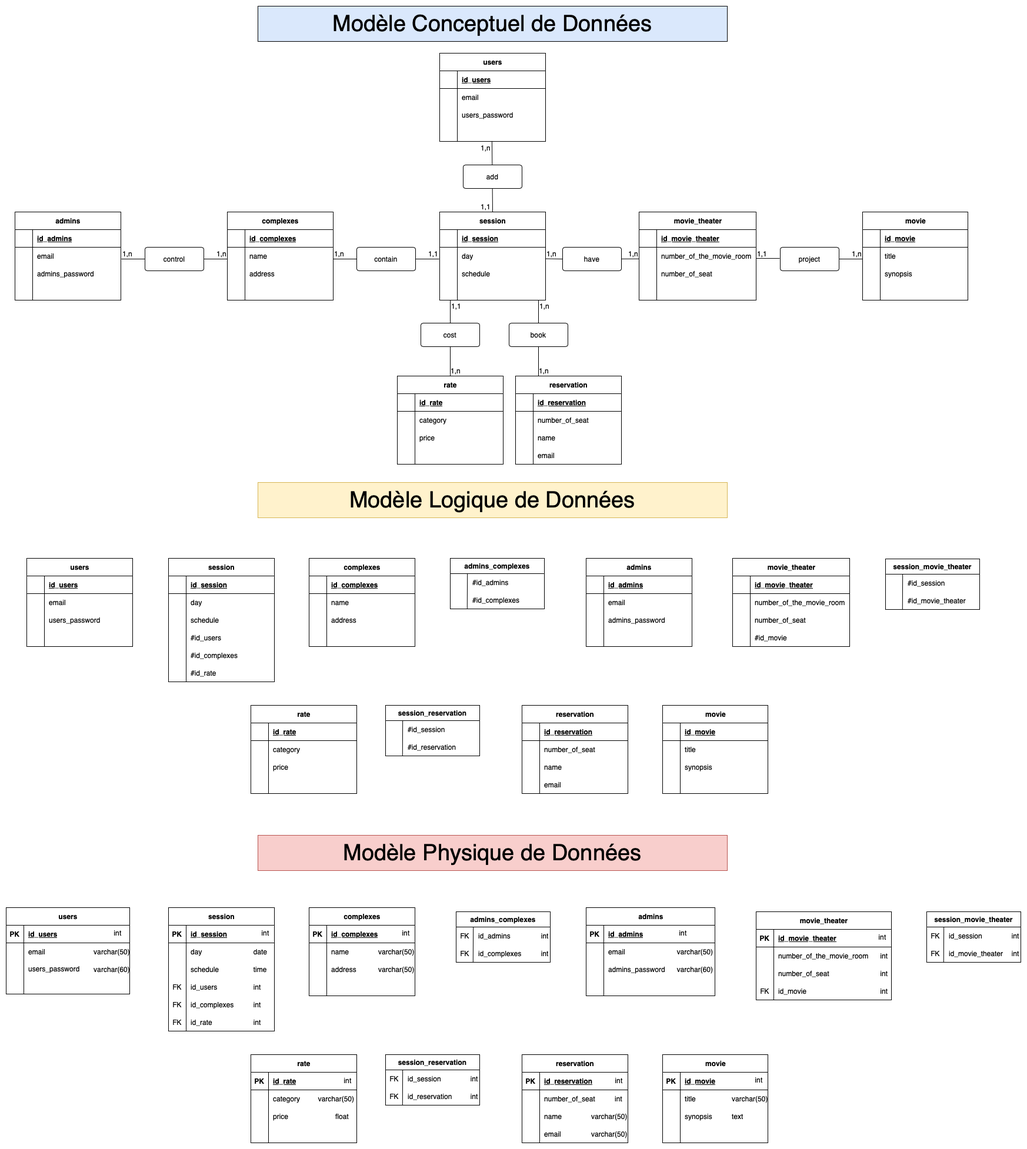
Earlier version of the draw.io export Merise-Theater.png (coraline9d/Theater). Source tidied: cells renumbered, new cells last; positions are measured from the earlier drawing's top-left corner, leaving out a move shared by most shapes.
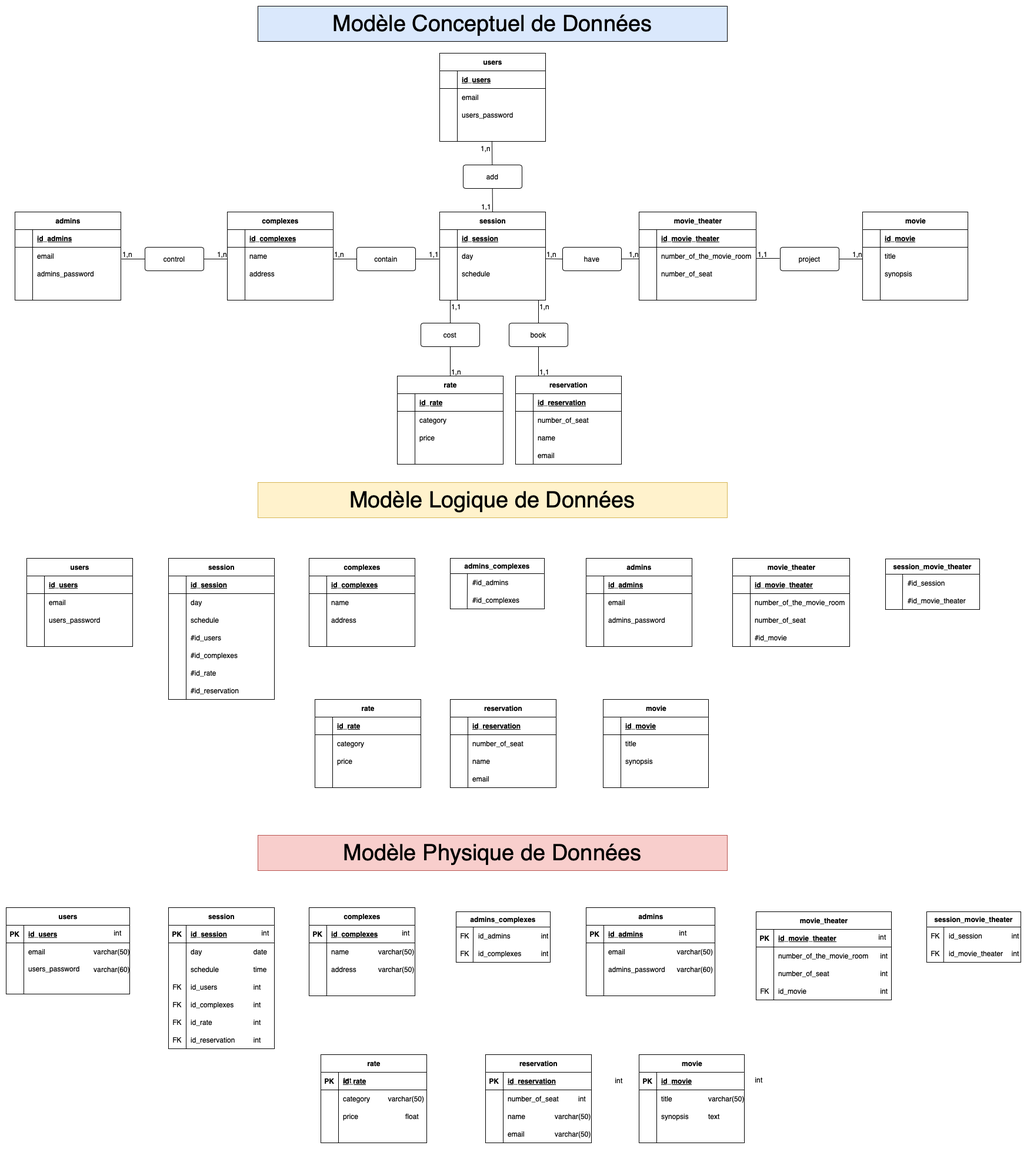
After the change.

What changed in the source:
```diff
@@ -362,7 +362,7 @@
         <mxPoint y="19" as="offset" />
       </mxGeometry>
     </mxCell>
-    <mxCell id="114" value="1,n" style="html=1;whiteSpace=wrap;align=right;verticalAlign=bottom;" parent="112" vertex="1">
+    <mxCell id="114" value="1,1" style="html=1;whiteSpace=wrap;align=right;verticalAlign=bottom;" parent="112" vertex="1">
       <mxGeometry x="1" relative="1" as="geometry">
         <mxPoint x="19" as="offset" />
       </mxGeometry>
@@ -487,7 +487,7 @@
       <mxGeometry x="30" width="150" height="30" as="geometry" />
     </mxCell>
     <mxCell id="152" value="session" style="shape=table;startSize=30;rowLines=0;fontStyle=1;align=center;html=1;" parent="1" vertex="1">
-      <mxGeometry x="276" y="939" width="180" height="210" as="geometry" />
+      <mxGeometry x="276" y="939" width="180" height="240" as="geometry" />
     </mxCell>
     <mxCell id="153" style="shape=tableRow;horizontal=0;startSize=0;swimlaneHead=0;swimlaneBody=0;fillColor=none;top=0;left=0;right=0;bottom=1;" parent="152" vertex="1">
       <mxGeometry y="30" width="180" height="30" as="geometry" />
@@ -543,6 +543,15 @@
     <mxCell id="170" value="#id_rate" style="shape=partialRectangle;fillColor=none;top=0;left=0;bottom=0;right=0;align=left;spacingLeft=6;overflow=hidden;whiteSpace=wrap;html=1;" parent="168" vertex="1">
       <mxGeometry x="30" width="150" height="30" as="geometry" />
     </mxCell>
+    <mxCell id="431" style="shape=tableRow;horizontal=0;startSize=0;swimlaneHead=0;swimlaneBody=0;fillColor=none;top=0;left=0;right=0;bottom=0;" parent="152" vertex="1">
+      <mxGeometry y="210" width="180" height="30" as="geometry" />
+    </mxCell>
+    <mxCell id="432" style="shape=partialRectangle;fillColor=none;top=0;left=0;bottom=0;right=0;overflow=hidden;whiteSpace=wrap;html=1;" parent="431" vertex="1">
+      <mxGeometry width="30" height="30" as="geometry" />
+    </mxCell>
+    <mxCell id="389" value="#id_reservation" style="shape=partialRectangle;fillColor=none;top=0;left=0;bottom=0;right=0;align=left;spacingLeft=6;overflow=hidden;whiteSpace=wrap;html=1;" parent="431" vertex="1">
+      <mxGeometry x="30" width="150" height="30" as="geometry" />
+    </mxCell>
     <mxCell id="171" value="complexes" style="shape=table;startSize=30;rowLines=0;fontStyle=1;align=center;html=1;" parent="1" vertex="1">
       <mxGeometry x="515" y="939" width="180" height="150" as="geometry" />
     </mxCell>
@@ -664,7 +673,7 @@
       <mxGeometry x="30" width="169" height="30" as="geometry" />
     </mxCell>
     <mxCell id="211" value="movie" style="shape=table;startSize=30;rowLines=0;fontStyle=1;align=center;html=1;" parent="1" vertex="1">
-      <mxGeometry x="1116" y="1189" width="179" height="150" as="geometry" />
+      <mxGeometry x="1015" y="1179" width="179" height="150" as="geometry" />
     </mxCell>
     <mxCell id="212" style="shape=tableRow;horizontal=0;startSize=0;swimlaneHead=0;swimlaneBody=0;fillColor=none;top=0;left=0;right=0;bottom=1;" parent="211" vertex="1">
       <mxGeometry y="30" width="179" height="30" as="geometry" />
@@ -703,7 +712,7 @@
       <mxGeometry x="30" width="149" height="30" as="geometry" />
     </mxCell>
     <mxCell id="224" value="reservation" style="shape=table;startSize=30;rowLines=0;fontStyle=1;align=center;html=1;" parent="1" vertex="1">
-      <mxGeometry x="877" y="1189" width="180" height="150" as="geometry" />
+      <mxGeometry x="755" y="1179" width="180" height="150" as="geometry" />
     </mxCell>
     <mxCell id="225" style="shape=tableRow;horizontal=0;startSize=0;swimlaneHead=0;swimlaneBody=0;fillColor=none;top=0;left=0;right=0;bottom=1;" parent="224" vertex="1">
       <mxGeometry y="30" width="180" height="30" as="geometry" />
@@ -742,7 +751,7 @@
       <mxGeometry x="30" width="150" height="30" as="geometry" />
     </mxCell>
     <mxCell id="237" value="rate" style="shape=table;startSize=30;rowLines=0;fontStyle=1;align=center;html=1;" parent="1" vertex="1">
-      <mxGeometry x="416" y="1189" width="180" height="150" as="geometry" />
+      <mxGeometry x="525" y="1179" width="180" height="150" as="geometry" />
     </mxCell>
     <mxCell id="238" style="shape=tableRow;horizontal=0;startSize=0;swimlaneHead=0;swimlaneBody=0;fillColor=none;top=0;left=0;right=0;bottom=1;" parent="237" vertex="1">
       <mxGeometry y="30" width="180" height="30" as="geometry" />
@@ -823,7 +832,7 @@
       <mxGeometry x="30" width="180" height="30" as="geometry" />
     </mxCell>
     <mxCell id="264" value="session" style="shape=table;startSize=30;rowLines=0;fontStyle=1;align=center;html=1;" parent="1" vertex="1">
-      <mxGeometry x="276" y="1533" width="180" height="210" as="geometry" />
+      <mxGeometry x="276" y="1533" width="180" height="240" as="geometry" />
     </mxCell>
     <mxCell id="265" style="shape=tableRow;horizontal=0;startSize=0;swimlaneHead=0;swimlaneBody=0;fillColor=none;top=0;left=0;right=0;bottom=1;" parent="264" vertex="1">
       <mxGeometry y="30" width="180" height="30" as="geometry" />
@@ -879,6 +888,15 @@
     <mxCell id="282" value="id_rate&lt;span style=&quot;white-space: pre;&quot;&gt;&#9;&lt;span style=&quot;white-space: pre;&quot;&gt;&#9;&lt;span style=&quot;white-space: pre;&quot;&gt;&#9;int&lt;/span&gt;&lt;/span&gt;&lt;/span&gt;" style="shape=partialRectangle;fillColor=none;top=0;left=0;bottom=0;right=0;align=left;spacingLeft=6;overflow=hidden;whiteSpace=wrap;html=1;" parent="280" vertex="1">
       <mxGeometry x="30" width="150" height="30" as="geometry" />
     </mxCell>
+    <mxCell id="433" style="shape=tableRow;horizontal=0;startSize=0;swimlaneHead=0;swimlaneBody=0;fillColor=none;top=0;left=0;right=0;bottom=0;" parent="264" vertex="1">
+      <mxGeometry y="210" width="180" height="30" as="geometry" />
+    </mxCell>
+    <mxCell id="434" value="FK" style="shape=partialRectangle;fillColor=none;top=0;left=0;bottom=0;right=0;overflow=hidden;whiteSpace=wrap;html=1;" parent="433" vertex="1">
+      <mxGeometry width="30" height="30" as="geometry" />
+    </mxCell>
+    <mxCell id="419" value="id_reservation&lt;span style=&quot;white-space: pre;&quot;&gt;&lt;span style=&quot;white-space: pre;&quot;&gt;&#9;&lt;span style=&quot;white-space: pre;&quot;&gt;&#9;int&lt;/span&gt;&lt;/span&gt;&lt;/span&gt;" style="shape=partialRectangle;fillColor=none;top=0;left=0;bottom=0;right=0;align=left;spacingLeft=6;overflow=hidden;whiteSpace=wrap;html=1;" parent="433" vertex="1">
+      <mxGeometry x="30" width="150" height="30" as="geometry" />
+    </mxCell>
     <mxCell id="283" value="complexes" style="shape=table;startSize=30;rowLines=0;fontStyle=1;align=center;html=1;" parent="1" vertex="1">
       <mxGeometry x="515" y="1533" width="180" height="150" as="geometry" />
     </mxCell>
@@ -997,7 +1015,7 @@
       <mxGeometry x="30" width="200" height="30" as="geometry" />
     </mxCell>
     <mxCell id="322" value="movie" style="shape=table;startSize=30;rowLines=0;fontStyle=1;align=center;html=1;" parent="1" vertex="1">
-      <mxGeometry x="1116" y="1783" width="179" height="150" as="geometry" />
+      <mxGeometry x="1076" y="1783" width="179" height="150" as="geometry" />
     </mxCell>
     <mxCell id="323" style="shape=tableRow;horizontal=0;startSize=0;swimlaneHead=0;swimlaneBody=0;fillColor=none;top=0;left=0;right=0;bottom=1;" parent="322" vertex="1">
       <mxGeometry y="30" width="179" height="30" as="geometry" />
@@ -1036,7 +1054,7 @@
       <mxGeometry x="30" width="149" height="30" as="geometry" />
     </mxCell>
     <mxCell id="335" value="reservation" style="shape=table;startSize=30;rowLines=0;fontStyle=1;align=center;html=1;" parent="1" vertex="1">
-      <mxGeometry x="877" y="1783" width="180" height="150" as="geometry" />
+      <mxGeometry x="815" y="1783" width="180" height="150" as="geometry" />
     </mxCell>
     <mxCell id="336" style="shape=tableRow;horizontal=0;startSize=0;swimlaneHead=0;swimlaneBody=0;fillColor=none;top=0;left=0;right=0;bottom=1;" parent="335" vertex="1">
       <mxGeometry y="30" width="180" height="30" as="geometry" />
@@ -1075,7 +1093,7 @@
       <mxGeometry x="30" width="150" height="30" as="geometry" />
     </mxCell>
     <mxCell id="348" value="rate" style="shape=table;startSize=30;rowLines=0;fontStyle=1;align=center;html=1;" parent="1" vertex="1">
-      <mxGeometry x="416" y="1783" width="180" height="150" as="geometry" />
+      <mxGeometry x="535" y="1783" width="180" height="150" as="geometry" />
     </mxCell>
     <mxCell id="349" style="shape=tableRow;horizontal=0;startSize=0;swimlaneHead=0;swimlaneBody=0;fillColor=none;top=0;left=0;right=0;bottom=1;" parent="348" vertex="1">
       <mxGeometry y="30" width="180" height="30" as="geometry" />
@@ -1177,38 +1195,6 @@
         <mxPoint x="29.1" y="26" as="targetPoint" />
       </mxGeometry>
     </mxCell>
-    <mxCell id="381" value="session_reservation" style="swimlane;fontStyle=1;horizontal=1;startSize=26;align=center;fontSize=12;" parent="1" vertex="1">
-      <mxGeometry x="645" y="1189" width="160" height="86" as="geometry" />
-    </mxCell>
-    <mxCell id="382" style="shape=table;startSize=0;rowLines=0;fontStyle=0;align=center;strokeColor=none;fillColor=none;" parent="381" vertex="1">
-      <mxGeometry y="26" width="160" height="30" as="geometry" />
-    </mxCell>
-    <mxCell id="383" style="shape=tableRow;horizontal=0;startSize=0;swimlaneHead=0;swimlaneBody=0;fillColor=none;top=0;left=0;right=0;bottom=0;" parent="382" vertex="1">
-      <mxGeometry width="160" height="30" as="geometry" />
-    </mxCell>
-    <mxCell id="384" style="shape=partialRectangle;fillColor=none;top=0;left=0;bottom=0;right=0;fontStyle=0;overflow=hidden;whiteSpace=wrap;html=1;" parent="383" vertex="1">
-      <mxGeometry width="30" height="30" as="geometry" />
-    </mxCell>
-    <mxCell id="385" value="#id_session" style="shape=partialRectangle;fillColor=none;top=0;left=0;bottom=0;right=0;align=left;spacingLeft=6;fontStyle=0;overflow=hidden;whiteSpace=wrap;html=1;" parent="383" vertex="1">
-      <mxGeometry x="30" width="130" height="30" as="geometry" />
-    </mxCell>
-    <mxCell id="386" style="shape=table;startSize=0;rowLines=0;fontStyle=0;align=center;strokeColor=none;fillColor=none;" parent="381" vertex="1">
-      <mxGeometry y="56" width="160" height="30" as="geometry" />
-    </mxCell>
-    <mxCell id="387" style="shape=tableRow;horizontal=0;startSize=0;swimlaneHead=0;swimlaneBody=0;fillColor=none;points=[[0,0.5],[1,0.5]];portConstraint=eastwest;top=0;left=0;right=0;bottom=0;" parent="386" vertex="1">
-      <mxGeometry width="160" height="30" as="geometry" />
-    </mxCell>
-    <mxCell id="388" style="shape=partialRectangle;fillColor=none;top=0;left=0;bottom=0;right=0;fontStyle=0;overflow=hidden;whiteSpace=wrap;html=1;" parent="387" vertex="1">
-      <mxGeometry width="30" height="30" as="geometry" />
-    </mxCell>
-    <mxCell id="389" value="#id_reservation" style="shape=partialRectangle;fillColor=none;top=0;left=0;bottom=0;right=0;align=left;spacingLeft=6;fontStyle=0;overflow=hidden;whiteSpace=wrap;html=1;" parent="387" vertex="1">
-      <mxGeometry x="30" width="130" height="30" as="geometry" />
-    </mxCell>
-    <mxCell id="390" style="endArrow=none;html=1;rounded=0;exitX=0.18;exitY=1.011;exitDx=0;exitDy=0;exitPerimeter=0;" parent="381" edge="1" source="387">
-      <mxGeometry relative="1" as="geometry">
-        <mxPoint x="29.1" y="26" as="targetPoint" />
-      </mxGeometry>
-    </mxCell>
     <mxCell id="391" value="admins_complexes" style="swimlane;fontStyle=1;horizontal=1;startSize=26;align=center;fontSize=12;" parent="1" vertex="1">
       <mxGeometry x="765" y="1540" width="160" height="86" as="geometry" />
     </mxCell>
@@ -1273,38 +1259,6 @@
         <mxPoint x="29.1" y="26" as="targetPoint" />
       </mxGeometry>
     </mxCell>
-    <mxCell id="411" value="session_reservation" style="swimlane;fontStyle=1;horizontal=1;startSize=26;align=center;fontSize=12;" parent="1" vertex="1">
-      <mxGeometry x="645" y="1783" width="160" height="86" as="geometry" />
-    </mxCell>
-    <mxCell id="412" style="shape=table;startSize=0;rowLines=0;fontStyle=0;align=center;strokeColor=none;fillColor=none;" parent="411" vertex="1">
-      <mxGeometry y="26" width="160" height="30" as="geometry" />
-    </mxCell>
-    <mxCell id="413" style="shape=tableRow;horizontal=0;startSize=0;swimlaneHead=0;swimlaneBody=0;fillColor=none;top=0;left=0;right=0;bottom=0;" parent="412" vertex="1">
-      <mxGeometry width="160" height="30" as="geometry" />
-    </mxCell>
-    <mxCell id="414" value="FK" style="shape=partialRectangle;fillColor=none;top=0;left=0;bottom=0;right=0;fontStyle=0;overflow=hidden;whiteSpace=wrap;html=1;" parent="413" vertex="1">
-      <mxGeometry width="30" height="30" as="geometry" />
-    </mxCell>
-    <mxCell id="415" value="id_session&lt;span style=&quot;white-space: pre;&quot;&gt;&#9;&lt;span style=&quot;white-space: pre;&quot;&gt;&#9;int&lt;/span&gt;&lt;/span&gt;" style="shape=partialRectangle;fillColor=none;top=0;left=0;bottom=0;right=0;align=left;spacingLeft=6;fontStyle=0;overflow=hidden;whiteSpace=wrap;html=1;" parent="413" vertex="1">
-      <mxGeometry x="30" width="130" height="30" as="geometry" />
-    </mxCell>
-    <mxCell id="416" style="shape=table;startSize=0;rowLines=0;fontStyle=0;align=center;strokeColor=none;fillColor=none;" parent="411" vertex="1">
-      <mxGeometry y="56" width="160" height="30" as="geometry" />
-    </mxCell>
-    <mxCell id="417" style="shape=tableRow;horizontal=0;startSize=0;swimlaneHead=0;swimlaneBody=0;fillColor=none;points=[[0,0.5],[1,0.5]];portConstraint=eastwest;top=0;left=0;right=0;bottom=0;" parent="416" vertex="1">
-      <mxGeometry width="160" height="30" as="geometry" />
-    </mxCell>
-    <mxCell id="418" value="FK" style="shape=partialRectangle;fillColor=none;top=0;left=0;bottom=0;right=0;fontStyle=0;overflow=hidden;whiteSpace=wrap;html=1;" parent="417" vertex="1">
-      <mxGeometry width="30" height="30" as="geometry" />
-    </mxCell>
-    <mxCell id="419" value="id_reservation&lt;span style=&quot;white-space: pre;&quot;&gt;&#9;&lt;span style=&quot;white-space: pre;&quot;&gt;&#9;int&lt;/span&gt;&lt;/span&gt;" style="shape=partialRectangle;fillColor=none;top=0;left=0;bottom=0;right=0;align=left;spacingLeft=6;fontStyle=0;overflow=hidden;whiteSpace=wrap;html=1;" parent="417" vertex="1">
-      <mxGeometry x="30" width="130" height="30" as="geometry" />
-    </mxCell>
-    <mxCell id="420" style="endArrow=none;html=1;rounded=0;exitX=0.18;exitY=1.011;exitDx=0;exitDy=0;exitPerimeter=0;" parent="411" edge="1" source="417">
-      <mxGeometry relative="1" as="geometry">
-        <mxPoint x="29.1" y="26" as="targetPoint" />
-      </mxGeometry>
-    </mxCell>
     <mxCell id="421" value="int" style="text;html=1;strokeColor=none;fillColor=none;align=center;verticalAlign=middle;whiteSpace=wrap;rounded=0;" parent="1" vertex="1">
       <mxGeometry x="175" y="1569.2" width="30" height="13.5" as="geometry" />
     </mxCell>
```
